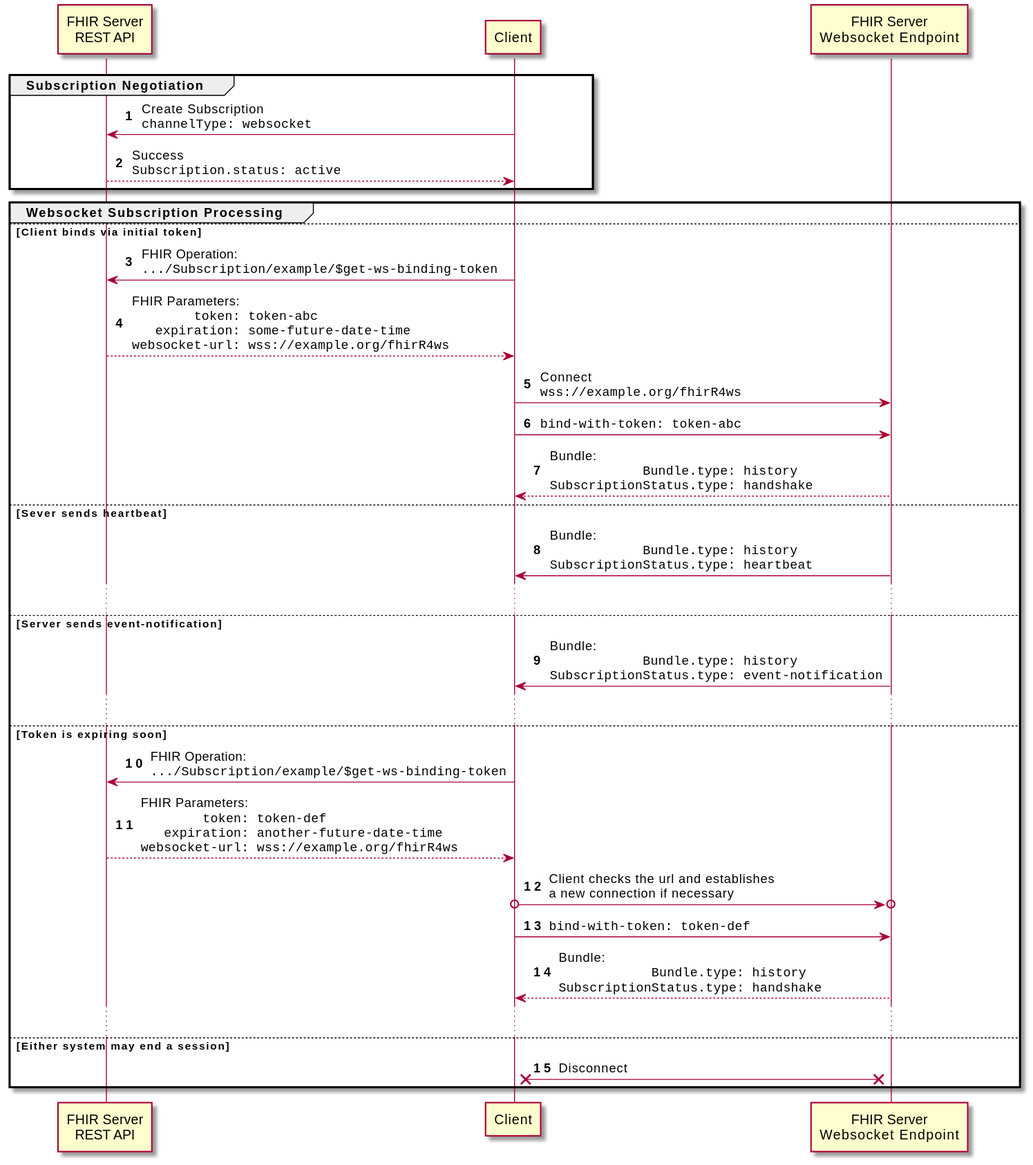
Earlier version of the PlantUML export images/subscriptions/subscription-channel-websocket.svg (HL7/fhir). The source it was exported from:
```plantuml
@startuml
skinparam NoteTextAlignment left
skinparam Padding 2
skinparam ParticipantPadding 40
skinparam LifelineStrategy solid
autonumber

participant "FHIR Server\nREST API"     as S
participant "Client"                    as C
participant "FHIR Server\nWebsocket Endpoint" as E

group Subscription Negotiation
  C->S: Create Subscription\n""channelType: websocket""
  return Success\n""Subscription.status: active""
end

group Websocket Subscription Processing
else Client binds via initial token
  C->S: FHIR Operation:\n"".../Subscription/example/$get-ws-binding-token""
  return FHIR Parameters:\n""        token: token-abc""\n""   expiration: some-future-date-time""\n""websocket-url: wss://example.org/fhirR4ws""

  C->E: Connect\n""wss://example.org/fhirR4ws""

  C->E: ""bind-with-token: token-abc""
  return Bundle:\n""            Bundle.type: history""\n""SubscriptionStatus.type: handshake""

else Sever sends heartbeat
    E->C: Bundle:\n""            Bundle.type: history""\n""SubscriptionStatus.type: heartbeat""
    ...
else Server sends event-notification
    E->C: Bundle:\n""            Bundle.type: history""\n""SubscriptionStatus.type: event-notification""
    ...
else Token is expiring soon
    C->S: FHIR Operation:\n"".../Subscription/example/$get-ws-binding-token""
    return FHIR Parameters:\n""        token: token-def""\n""   expiration: another-future-date-time""\n""websocket-url: wss://example.org/fhirR4ws""

    C o->o E: Client checks the url and establishes\na new connection if necessary

    C->E: ""bind-with-token: token-def""
    return Bundle:\n""            Bundle.type: history""\n""SubscriptionStatus.type: handshake""
    ...
else Either system may end a session
  C x-x E: Disconnect
end

deactivate E
@enduml
```
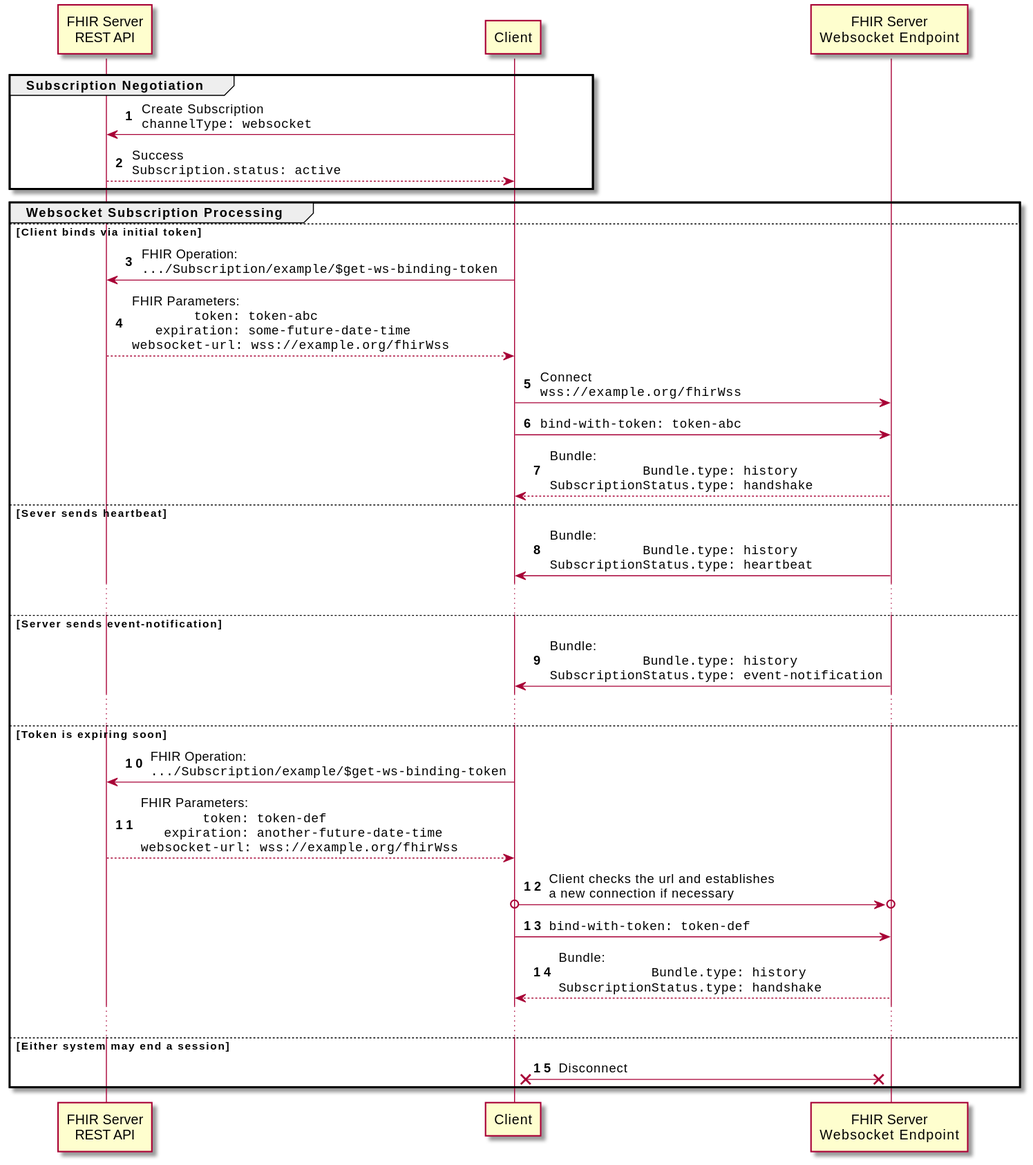
The same diagram one commit later.

Change to the diagram source:
```diff
@@ -17,9 +17,9 @@
 group Websocket Subscription Processing
 else Client binds via initial token
   C->S: FHIR Operation:\n"".../Subscription/example/$get-ws-binding-token""
-  return FHIR Parameters:\n""        token: token-abc""\n""   expiration: some-future-date-time""\n""websocket-url: wss://example.org/fhirR4ws""
+  return FHIR Parameters:\n""        token: token-abc""\n""   expiration: some-future-date-time""\n""websocket-url: wss://example.org/fhirWss""
 
-  C->E: Connect\n""wss://example.org/fhirR4ws""
+  C->E: Connect\n""wss://example.org/fhirWss""
 
   C->E: ""bind-with-token: token-abc""
   return Bundle:\n""            Bundle.type: history""\n""SubscriptionStatus.type: handshake""
@@ -32,7 +32,7 @@
     ...
 else Token is expiring soon
     C->S: FHIR Operation:\n"".../Subscription/example/$get-ws-binding-token""
-    return FHIR Parameters:\n""        token: token-def""\n""   expiration: another-future-date-time""\n""websocket-url: wss://example.org/fhirR4ws""
+    return FHIR Parameters:\n""        token: token-def""\n""   expiration: another-future-date-time""\n""websocket-url: wss://example.org/fhirWss""
 
     C o->o E: Client checks the url and establishes\na new connection if necessary
 
```
